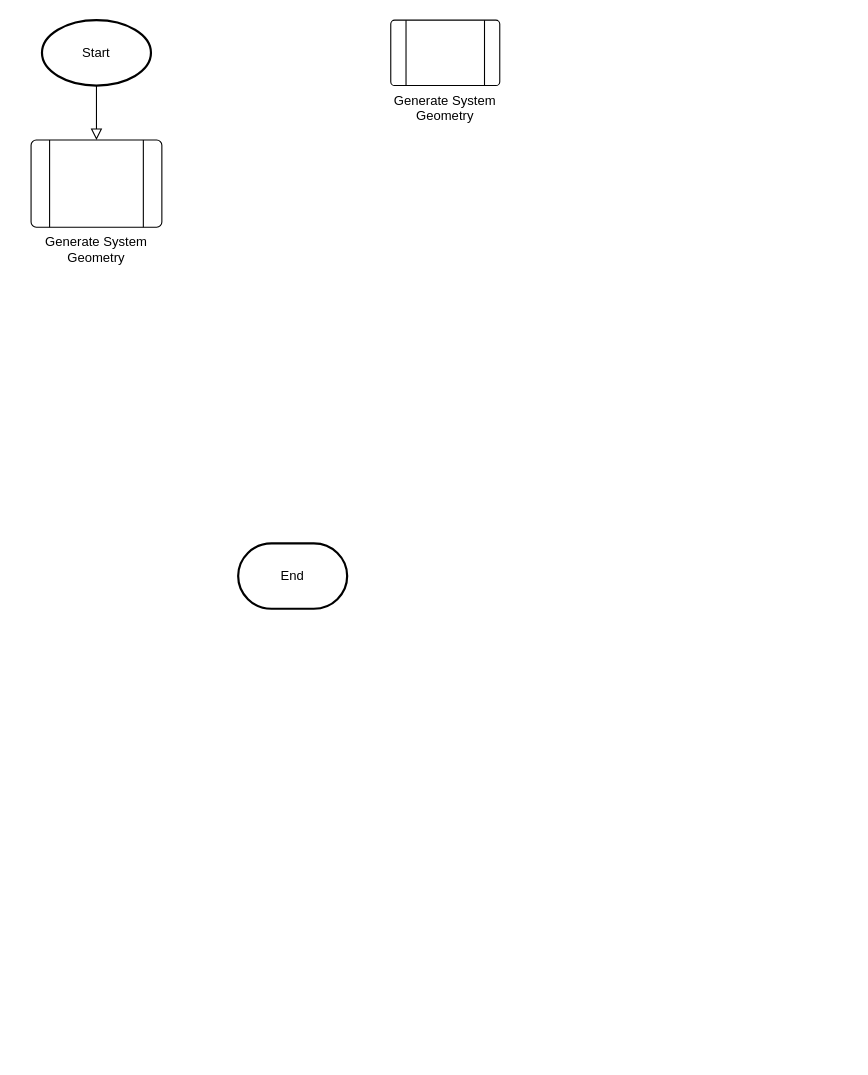
The draw.io diagram Diagrams/simulation model.drawio in Poblato/y3-project, before the edit. Source tidied: cells renumbered, new cells numbered last; positions are measured from the earlier drawing's top-left corner, leaving out a move shared by most shapes. Both pictures are drawn from the tidied source at 109%, with x=0, y=0 at pixel (31, 20).
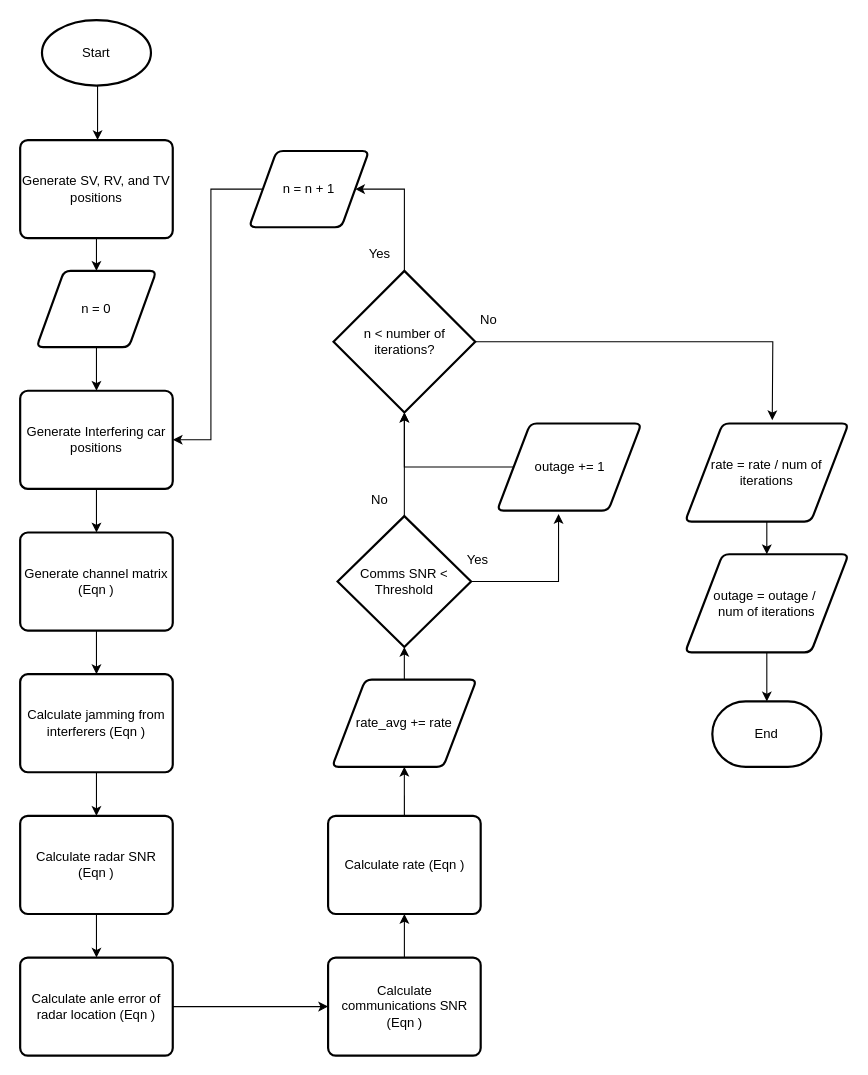
The same diagram, later.

Commit message (it also covers changes not shown here):
Added model diagram, updated sim

What changed in the source:
```diff
@@
-    <mxCell id="2" style="rounded=0;html=1;jettySize=auto;orthogonalLoop=1;fontSize=11;endArrow=block;endFill=0;endSize=8;strokeWidth=1;shadow=0;labelBackgroundColor=none;edgeStyle=orthogonalEdgeStyle;" parent="1" edge="1">
-      <mxGeometry relative="1" as="geometry">
-        <mxPoint x="60" y="60" as="sourcePoint" />
-        <mxPoint x="60" y="110" as="targetPoint" />
-      </mxGeometry>
-    </mxCell>
     <mxCell id="3" value="End" style="strokeWidth=2;html=1;shape=mxgraph.flowchart.terminator;whiteSpace=wrap;" parent="1" vertex="1">
-      <mxGeometry x="190" y="480" width="100" height="60" as="geometry" />
+      <mxGeometry x="625" y="625" width="100" height="60" as="geometry" />
     </mxCell>
+    <mxCell id="7" style="edgeStyle=orthogonalEdgeStyle;rounded=0;orthogonalLoop=1;jettySize=auto;html=1;" parent="1" edge="1">
+      <mxGeometry relative="1" as="geometry">
+        <mxPoint x="61" y="60" as="sourcePoint" />
+        <mxPoint x="61" y="110" as="targetPoint" />
+      </mxGeometry>
+    </mxCell>
@@
-    <mxCell id="5" value="Generate System Geometry" style="verticalLabelPosition=bottom;verticalAlign=top;html=1;shape=process;whiteSpace=wrap;rounded=1;size=0.14;arcSize=6;" parent="1" vertex="1">
-      <mxGeometry y="110" width="120" height="80" as="geometry" />
-    </mxCell>
-    <mxCell id="6" value="Generate System Geometry" style="verticalLabelPosition=bottom;verticalAlign=top;html=1;shape=process;whiteSpace=wrap;rounded=1;size=0.14;arcSize=6;" parent="1" vertex="1">
-      <mxGeometry x="330" width="100" height="60" as="geometry" />
-    </mxCell>
+    <mxCell id="8" value="Generate SV, RV, and TV positions" style="rounded=1;whiteSpace=wrap;html=1;absoluteArcSize=1;arcSize=14;strokeWidth=2;" parent="1" vertex="1">
+      <mxGeometry x="-10" y="110" width="140" height="90" as="geometry" />
+    </mxCell>
+    <mxCell id="9" value="n &amp;lt; number of iterations?" style="strokeWidth=2;html=1;shape=mxgraph.flowchart.decision;whiteSpace=wrap;" parent="1" vertex="1">
+      <mxGeometry x="277.5" y="230" width="130" height="130" as="geometry" />
+    </mxCell>
+    <mxCell id="10" value="n = n + 1" style="shape=parallelogram;html=1;strokeWidth=2;perimeter=parallelogramPerimeter;whiteSpace=wrap;rounded=1;arcSize=12;size=0.23;" parent="1" vertex="1">
+      <mxGeometry x="200" y="120" width="110" height="70" as="geometry" />
+    </mxCell>
+    <mxCell id="11" value="n = 0" style="shape=parallelogram;html=1;strokeWidth=2;perimeter=parallelogramPerimeter;whiteSpace=wrap;rounded=1;arcSize=12;size=0.23;" parent="1" vertex="1">
+      <mxGeometry x="5" y="230" width="110" height="70" as="geometry" />
+    </mxCell>
+    <mxCell id="12" style="edgeStyle=orthogonalEdgeStyle;rounded=0;jettySize=auto;html=1;exitX=0.5;exitY=1;exitDx=0;exitDy=0;entryX=0.5;entryY=0;entryDx=0;entryDy=0;" parent="1" edge="1" source="8" target="11">
+      <mxGeometry relative="1" as="geometry" />
+    </mxCell>
+    <mxCell id="13" value="Yes" style="text;html=1;align=center;verticalAlign=middle;whiteSpace=wrap;rounded=0;" parent="1" vertex="1">
+      <mxGeometry x="290" y="200" width="60" height="30" as="geometry" />
+    </mxCell>
+    <mxCell id="14" style="edgeStyle=orthogonalEdgeStyle;rounded=0;jettySize=auto;html=1;exitX=1;exitY=0.5;exitDx=0;exitDy=0;exitPerimeter=0;" parent="1" edge="1" source="9">
+      <mxGeometry relative="1" as="geometry">
+        <mxPoint x="680" y="367" as="targetPoint" />
+      </mxGeometry>
+    </mxCell>
+    <mxCell id="15" value="Generate Interfering car positions" style="rounded=1;whiteSpace=wrap;html=1;absoluteArcSize=1;arcSize=14;strokeWidth=2;" parent="1" vertex="1">
+      <mxGeometry x="-10" y="340" width="140" height="90" as="geometry" />
+    </mxCell>
+    <mxCell id="16" style="edgeStyle=orthogonalEdgeStyle;rounded=0;jettySize=auto;html=1;exitX=0.5;exitY=1;exitDx=0;exitDy=0;entryX=0.5;entryY=0;entryDx=0;entryDy=0;" parent="1" edge="1" source="11" target="15">
+      <mxGeometry relative="1" as="geometry" />
+    </mxCell>
+    <mxCell id="17" style="edgeStyle=orthogonalEdgeStyle;rounded=0;jettySize=auto;html=1;exitX=0;exitY=0.5;exitDx=0;exitDy=0;entryX=1;entryY=0.5;entryDx=0;entryDy=0;" parent="1" edge="1" source="10" target="15">
+      <mxGeometry relative="1" as="geometry" />
+    </mxCell>
+    <mxCell id="18" value="No" style="text;html=1;align=center;verticalAlign=middle;whiteSpace=wrap;rounded=0;" parent="1" vertex="1">
+      <mxGeometry x="390" y="260" width="60" height="30" as="geometry" />
+    </mxCell>
+    <mxCell id="19" value="Generate channel matrix (Eqn )" style="rounded=1;whiteSpace=wrap;html=1;absoluteArcSize=1;arcSize=14;strokeWidth=2;" parent="1" vertex="1">
+      <mxGeometry x="-10" y="470" width="140" height="90" as="geometry" />
+    </mxCell>
+    <mxCell id="20" value="Calculate jamming from interferers (Eqn )" style="rounded=1;whiteSpace=wrap;html=1;absoluteArcSize=1;arcSize=14;strokeWidth=2;" parent="1" vertex="1">
+      <mxGeometry x="-10" y="600" width="140" height="90" as="geometry" />
+    </mxCell>
+    <mxCell id="21" value="Calculate radar SNR (Eqn )" style="rounded=1;whiteSpace=wrap;html=1;absoluteArcSize=1;arcSize=14;strokeWidth=2;" parent="1" vertex="1">
+      <mxGeometry x="-10" y="730" width="140" height="90" as="geometry" />
+    </mxCell>
+    <mxCell id="22" value="Calculate anle error of radar location (Eqn )" style="rounded=1;whiteSpace=wrap;html=1;absoluteArcSize=1;arcSize=14;strokeWidth=2;" parent="1" vertex="1">
+      <mxGeometry x="-10" y="860" width="140" height="90" as="geometry" />
+    </mxCell>
+    <mxCell id="23" value="Calculate communications SNR (Eqn )" style="rounded=1;whiteSpace=wrap;html=1;absoluteArcSize=1;arcSize=14;strokeWidth=2;" parent="1" vertex="1">
+      <mxGeometry x="272.5" y="860" width="140" height="90" as="geometry" />
+    </mxCell>
+    <mxCell id="24" value="Calculate rate (Eqn )" style="rounded=1;whiteSpace=wrap;html=1;absoluteArcSize=1;arcSize=14;strokeWidth=2;" parent="1" vertex="1">
+      <mxGeometry x="272.5" y="730" width="140" height="90" as="geometry" />
+    </mxCell>
+    <mxCell id="25" value="Comms SNR &amp;lt; Threshold" style="strokeWidth=2;html=1;shape=mxgraph.flowchart.decision;whiteSpace=wrap;" parent="1" vertex="1">
+      <mxGeometry x="281.2" y="455" width="122.5" height="120" as="geometry" />
+    </mxCell>
+    <mxCell id="26" value="rate_avg += rate" style="shape=parallelogram;html=1;strokeWidth=2;perimeter=parallelogramPerimeter;whiteSpace=wrap;rounded=1;arcSize=12;size=0.23;" parent="1" vertex="1">
+      <mxGeometry x="276.2" y="605" width="132.5" height="80" as="geometry" />
+    </mxCell>
+    <mxCell id="27" value="Yes" style="text;html=1;align=center;verticalAlign=middle;whiteSpace=wrap;rounded=0;" parent="1" vertex="1">
+      <mxGeometry x="380" y="480" width="60" height="30" as="geometry" />
+    </mxCell>
+    <mxCell id="28" value="No" style="text;html=1;align=center;verticalAlign=middle;whiteSpace=wrap;rounded=0;" parent="1" vertex="1">
+      <mxGeometry x="290" y="425" width="60" height="30" as="geometry" />
+    </mxCell>
+    <mxCell id="29" style="edgeStyle=orthogonalEdgeStyle;rounded=0;jettySize=auto;html=1;exitX=0.5;exitY=1;exitDx=0;exitDy=0;entryX=0.5;entryY=0;entryDx=0;entryDy=0;" parent="1" edge="1" source="15" target="19">
+      <mxGeometry relative="1" as="geometry" />
+    </mxCell>
+    <mxCell id="30" style="edgeStyle=orthogonalEdgeStyle;rounded=0;jettySize=auto;html=1;exitX=0.5;exitY=1;exitDx=0;exitDy=0;entryX=0.5;entryY=0;entryDx=0;entryDy=0;" parent="1" edge="1" source="19" target="20">
+      <mxGeometry relative="1" as="geometry" />
+    </mxCell>
+    <mxCell id="31" style="edgeStyle=orthogonalEdgeStyle;rounded=0;jettySize=auto;html=1;exitX=0.5;exitY=1;exitDx=0;exitDy=0;entryX=0.5;entryY=0;entryDx=0;entryDy=0;" parent="1" edge="1" source="20" target="21">
+      <mxGeometry relative="1" as="geometry" />
+    </mxCell>
+    <mxCell id="32" style="edgeStyle=orthogonalEdgeStyle;rounded=0;jettySize=auto;html=1;exitX=0.5;exitY=1;exitDx=0;exitDy=0;entryX=0.5;entryY=0;entryDx=0;entryDy=0;" parent="1" edge="1" source="21" target="22">
+      <mxGeometry relative="1" as="geometry" />
+    </mxCell>
+    <mxCell id="33" style="edgeStyle=orthogonalEdgeStyle;rounded=0;jettySize=auto;html=1;exitX=1;exitY=0.5;exitDx=0;exitDy=0;entryX=0;entryY=0.5;entryDx=0;entryDy=0;" parent="1" edge="1" source="22" target="23">
+      <mxGeometry relative="1" as="geometry" />
+    </mxCell>
+    <mxCell id="34" style="edgeStyle=orthogonalEdgeStyle;rounded=0;jettySize=auto;html=1;exitX=0.5;exitY=0;exitDx=0;exitDy=0;entryX=0.5;entryY=1;entryDx=0;entryDy=0;" parent="1" edge="1" source="23" target="24">
+      <mxGeometry relative="1" as="geometry" />
+    </mxCell>
+    <mxCell id="35" style="edgeStyle=orthogonalEdgeStyle;rounded=0;jettySize=auto;html=1;exitX=0.5;exitY=0;exitDx=0;exitDy=0;entryX=0.5;entryY=1;entryDx=0;entryDy=0;" parent="1" edge="1" source="24" target="26">
+      <mxGeometry relative="1" as="geometry" />
+    </mxCell>
+    <mxCell id="36" style="edgeStyle=orthogonalEdgeStyle;rounded=0;jettySize=auto;html=1;exitX=0.5;exitY=0;exitDx=0;exitDy=0;entryX=0.5;entryY=1;entryDx=0;entryDy=0;entryPerimeter=0;" parent="1" edge="1" source="26" target="25">
+      <mxGeometry relative="1" as="geometry" />
+    </mxCell>
+    <mxCell id="37" value="outage += 1" style="shape=parallelogram;html=1;strokeWidth=2;perimeter=parallelogramPerimeter;whiteSpace=wrap;rounded=1;arcSize=12;size=0.23;" parent="1" vertex="1">
+      <mxGeometry x="427.5" y="370" width="132.5" height="80" as="geometry" />
+    </mxCell>
+    <mxCell id="38" style="edgeStyle=orthogonalEdgeStyle;rounded=0;jettySize=auto;html=1;exitX=1;exitY=0.5;exitDx=0;exitDy=0;entryX=0.426;entryY=1.038;entryDx=0;entryDy=0;entryPerimeter=0;exitPerimeter=0;" parent="1" edge="1" source="25" target="37">
+      <mxGeometry relative="1" as="geometry" />
+    </mxCell>
+    <mxCell id="39" style="edgeStyle=orthogonalEdgeStyle;rounded=0;jettySize=auto;html=1;exitX=0.5;exitY=0;exitDx=0;exitDy=0;entryX=1;entryY=0.5;entryDx=0;entryDy=0;exitPerimeter=0;" parent="1" edge="1" source="9" target="10">
+      <mxGeometry relative="1" as="geometry">
+        <Array as="points">
+          <mxPoint x="343" y="155" />
+        </Array>
+      </mxGeometry>
+    </mxCell>
+    <mxCell id="40" style="edgeStyle=orthogonalEdgeStyle;rounded=0;jettySize=auto;html=1;exitX=0;exitY=0.5;exitDx=0;exitDy=0;entryX=0.5;entryY=1;entryDx=0;entryDy=0;entryPerimeter=0;" parent="1" edge="1" source="37" target="9">
+      <mxGeometry relative="1" as="geometry">
+        <Array as="points">
+          <mxPoint x="343" y="410" />
+        </Array>
+      </mxGeometry>
+    </mxCell>
+    <mxCell id="41" style="edgeStyle=orthogonalEdgeStyle;rounded=0;jettySize=auto;html=1;exitX=0.5;exitY=0;exitDx=0;exitDy=0;entryX=0.5;entryY=1;entryDx=0;entryDy=0;exitPerimeter=0;entryPerimeter=0;" parent="1" edge="1" source="25" target="9">
+      <mxGeometry relative="1" as="geometry" />
+    </mxCell>
+    <mxCell id="42" value="rate = rate / num of iterations" style="shape=parallelogram;html=1;strokeWidth=2;perimeter=parallelogramPerimeter;whiteSpace=wrap;rounded=1;arcSize=12;size=0.23;" parent="1" vertex="1">
+      <mxGeometry x="600" y="370" width="150" height="90" as="geometry" />
+    </mxCell>
+    <mxCell id="43" value="&lt;div&gt;outage = outage /&amp;nbsp;&lt;/div&gt;&lt;div&gt;num of iterations&lt;/div&gt;" style="shape=parallelogram;html=1;strokeWidth=2;perimeter=parallelogramPerimeter;whiteSpace=wrap;rounded=1;arcSize=12;size=0.23;" parent="1" vertex="1">
+      <mxGeometry x="600" y="490" width="150" height="90" as="geometry" />
+    </mxCell>
+    <mxCell id="44" style="edgeStyle=orthogonalEdgeStyle;rounded=0;jettySize=auto;html=1;exitX=0.5;exitY=1;exitDx=0;exitDy=0;entryX=0.5;entryY=0;entryDx=0;entryDy=0;" parent="1" edge="1" source="42" target="43">
+      <mxGeometry relative="1" as="geometry" />
+    </mxCell>
+    <mxCell id="45" style="edgeStyle=orthogonalEdgeStyle;rounded=0;jettySize=auto;html=1;entryX=0.5;entryY=0;entryDx=0;entryDy=0;entryPerimeter=0;exitX=0.5;exitY=1;exitDx=0;exitDy=0;" parent="1" edge="1" source="43" target="3">
+      <mxGeometry relative="1" as="geometry" />
+    </mxCell>
```
